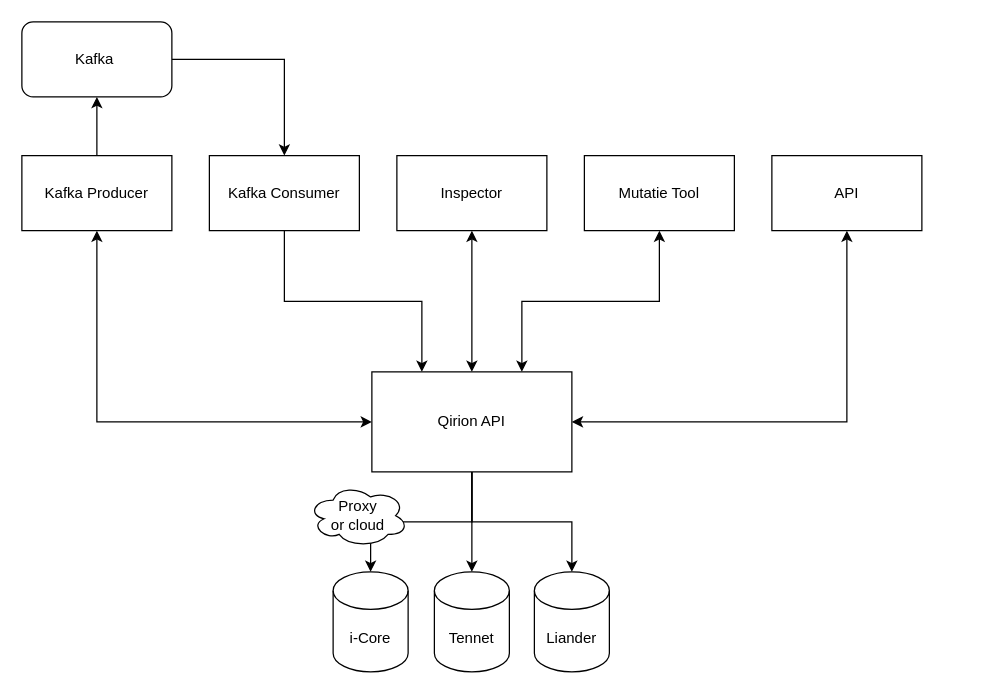
The draw.io diagram page "Page-1" (1 of 6) of staticWeb/Untitled Diagram.drawio in eleemans/react2022, before the edit. Source tidied: cells renumbered, new cells numbered last; positions are measured from the earlier drawing's top-left corner, leaving out a move shared by most shapes. Both pictures are drawn from the tidied source at 125%, with x=0, y=0 at pixel (21, 21).
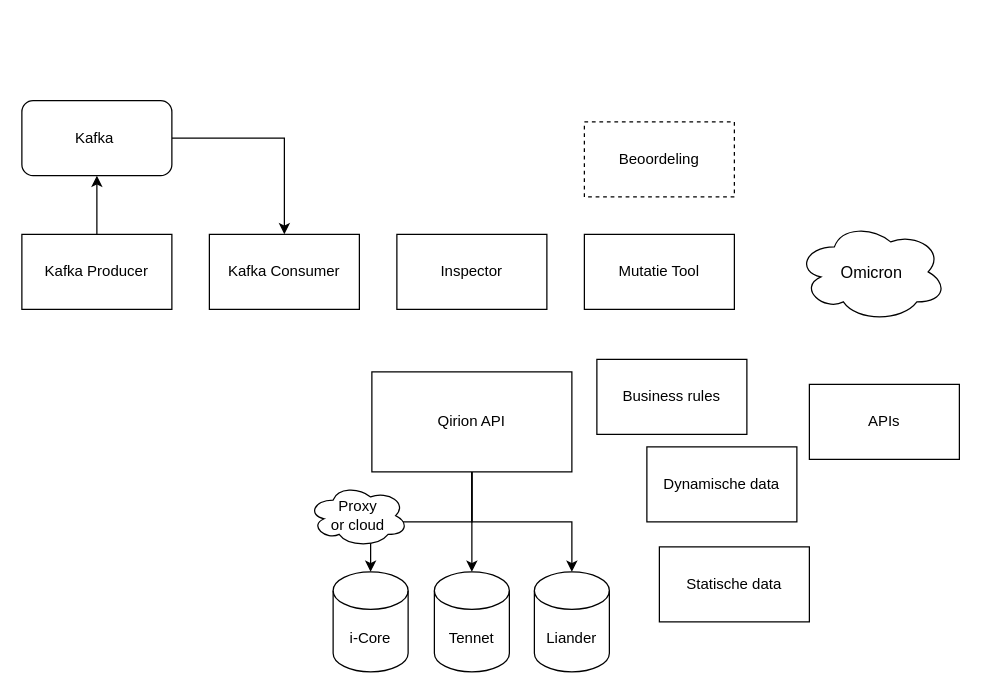
The same page after the edit.

The change refers to these unchanged cells:
```xml
<mxCell id="5" value="Qirion API" style="rounded=0;whiteSpace=wrap;html=1;" parent="1" vertex="1">
  <mxGeometry x="280" y="280" width="160" height="80" as="geometry" />
</mxCell>
```

The edit, as a diff of the source:
```diff
@@
-    <mxCell id="9" style="edgeStyle=orthogonalEdgeStyle;rounded=0;jettySize=auto;html=1;exitX=0.5;exitY=1;exitDx=0;exitDy=0;entryX=0.25;entryY=0;entryDx=0;entryDy=0;startArrow=none;startFill=0;" parent="1" edge="1" source="10" target="5">
-      <mxGeometry relative="1" as="geometry" />
-    </mxCell>
     <mxCell id="10" value="Kafka Consumer" style="rounded=0;whiteSpace=wrap;html=1;" parent="1" vertex="1">
-      <mxGeometry x="150" y="107" width="120" height="60" as="geometry" />
+      <mxGeometry x="150" y="170" width="120" height="60" as="geometry" />
     </mxCell>
     <mxCell id="11" value="Inspector" style="rounded=0;whiteSpace=wrap;html=1;" parent="1" vertex="1">
-      <mxGeometry x="300" y="107" width="120" height="60" as="geometry" />
+      <mxGeometry x="300" y="170" width="120" height="60" as="geometry" />
     </mxCell>
-    <mxCell id="12" style="edgeStyle=orthogonalEdgeStyle;rounded=0;jettySize=auto;html=1;exitX=0.5;exitY=1;exitDx=0;exitDy=0;startArrow=classic;startFill=1;entryX=0.75;entryY=0;entryDx=0;entryDy=0;" parent="1" edge="1" source="13" target="5">
-      <mxGeometry relative="1" as="geometry" />
-    </mxCell>
     <mxCell id="13" value="Mutatie Tool" style="rounded=0;whiteSpace=wrap;html=1;" parent="1" vertex="1">
-      <mxGeometry x="450" y="107" width="120" height="60" as="geometry" />
+      <mxGeometry x="450" y="170" width="120" height="60" as="geometry" />
     </mxCell>
-    <mxCell id="14" style="edgeStyle=orthogonalEdgeStyle;rounded=0;jettySize=auto;html=1;exitX=0.5;exitY=1;exitDx=0;exitDy=0;entryX=1;entryY=0.5;entryDx=0;entryDy=0;startArrow=classic;startFill=1;" parent="1" edge="1" source="15" target="5">
-      <mxGeometry relative="1" as="geometry" />
-    </mxCell>
-    <mxCell id="15" value="API" style="rounded=0;whiteSpace=wrap;html=1;" parent="1" vertex="1">
-      <mxGeometry x="600" y="107" width="120" height="60" as="geometry" />
+    <mxCell id="15" value="APIs" style="rounded=0;whiteSpace=wrap;html=1;" parent="1" vertex="1">
+      <mxGeometry x="630" y="290" width="120" height="60" as="geometry" />
     </mxCell>
@@
-    <mxCell id="17" style="edgeStyle=orthogonalEdgeStyle;rounded=0;jettySize=auto;html=1;exitX=0.5;exitY=1;exitDx=0;exitDy=0;entryX=0;entryY=0.5;entryDx=0;entryDy=0;startArrow=classic;startFill=1;" parent="1" edge="1" source="19" target="5">
-      <mxGeometry relative="1" as="geometry" />
-    </mxCell>
@@
     <mxCell id="19" value="Kafka Producer" style="rounded=0;whiteSpace=wrap;html=1;" parent="1" vertex="1">
-      <mxGeometry y="107" width="120" height="60" as="geometry" />
+      <mxGeometry y="170" width="120" height="60" as="geometry" />
     </mxCell>
-    <mxCell id="20" style="endArrow=classic;startArrow=classic;html=1;rounded=0;entryX=0.5;entryY=1;entryDx=0;entryDy=0;" parent="1" edge="1" source="5" target="11">
-      <mxGeometry relative="1" as="geometry" />
-    </mxCell>
@@
     <mxCell id="22" value="Kafka&amp;nbsp;" style="rounded=1;whiteSpace=wrap;html=1;" parent="1" vertex="1">
-      <mxGeometry width="120" height="60" as="geometry" />
+      <mxGeometry y="63" width="120" height="60" as="geometry" />
     </mxCell>
+    <mxCell id="23" value="Omicron" style="ellipse;shape=cloud;whiteSpace=wrap;html=1;labelBackgroundColor=#FFFFFF;fontSize=13;fontColor=#000000;" parent="1" vertex="1">
+      <mxGeometry x="620" y="160" width="120" height="80" as="geometry" />
+    </mxCell>
+    <mxCell id="24" value="Beoordeling" style="rounded=0;whiteSpace=wrap;html=1;dashed=1;" parent="1" vertex="1">
+      <mxGeometry x="450" y="80" width="120" height="60" as="geometry" />
+    </mxCell>
+    <mxCell id="25" value="Business rules" style="rounded=0;whiteSpace=wrap;html=1;" parent="1" vertex="1">
+      <mxGeometry x="460" y="270" width="120" height="60" as="geometry" />
+    </mxCell>
+    <mxCell id="26" value="Dynamische data" style="rounded=0;whiteSpace=wrap;html=1;" parent="1" vertex="1">
+      <mxGeometry x="500" y="340" width="120" height="60" as="geometry" />
+    </mxCell>
+    <mxCell id="27" value="Statische data" style="rounded=0;whiteSpace=wrap;html=1;" parent="1" vertex="1">
+      <mxGeometry x="510" y="420" width="120" height="60" as="geometry" />
+    </mxCell>
```
